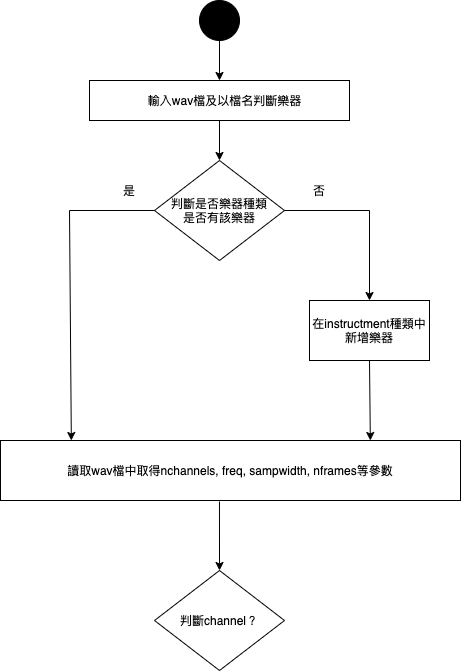
Before: Diagram/Music_processors流程圖.png, a diagram exported from draw.io (RnshJohn/Final-Topic). Source tidied: cells renumbered, new cells last; positions are measured from the earlier drawing's top-left corner, leaving out a move shared by most shapes. Its diagram source:
```xml
<mxGraphModel>
  <root>
    <mxCell id="0" />
    <mxCell id="1" parent="0" />
    <mxCell id="2" style="ellipse;whiteSpace=wrap;html=1;fillColor=#000000;" parent="1" vertex="1">
      <mxGeometry x="199" width="40" height="40" as="geometry" />
    </mxCell>
    <mxCell id="3" style="endArrow=classic;html=1;entryX=0.5;entryY=0;entryDx=0;entryDy=0;entryPerimeter=0;" parent="1" edge="1" target="4">
      <mxGeometry relative="1" as="geometry">
        <mxPoint x="219" y="40" as="sourcePoint" />
      </mxGeometry>
    </mxCell>
    <mxCell id="4" style="rounded=0;whiteSpace=wrap;html=1;" parent="1" vertex="1">
      <mxGeometry x="89" y="80" width="260" height="40" as="geometry" />
    </mxCell>
    <mxCell id="5" value="&lt;font style=&quot;font-size: 12px&quot;&gt;輸入wav檔及以檔名判斷樂器&lt;/font&gt;" style="text;html=1;align=center;verticalAlign=middle;fillColor=none;strokeColor=none;rounded=0;" parent="1" vertex="1">
      <mxGeometry x="139" y="90" width="170" height="20" as="geometry" />
    </mxCell>
    <mxCell id="6" style="endArrow=classic;html=1;exitX=0.5;exitY=1;exitDx=0;exitDy=0;" parent="1" edge="1" source="4">
      <mxGeometry relative="1" as="geometry">
        <mxPoint x="219" y="160" as="targetPoint" />
      </mxGeometry>
    </mxCell>
    <mxCell id="7" value="判斷是否樂器種類&lt;br&gt;是否有該樂器" style="rhombus;whiteSpace=wrap;html=1;" parent="1" vertex="1">
      <mxGeometry x="154" y="160" width="130" height="100" as="geometry" />
    </mxCell>
    <mxCell id="8" style="endArrow=classic;html=1;entryX=0.154;entryY=0;entryDx=0;entryDy=0;entryPerimeter=0;" parent="1" edge="1" target="15">
      <mxGeometry relative="1" as="geometry">
        <mxPoint x="69" y="210" as="sourcePoint" />
      </mxGeometry>
    </mxCell>
    <mxCell id="9" style="endArrow=none;html=1;entryX=0;entryY=0.5;entryDx=0;entryDy=0;" parent="1" edge="1" target="7">
      <mxGeometry relative="1" as="geometry">
        <mxPoint x="69" y="210" as="sourcePoint" />
      </mxGeometry>
    </mxCell>
    <mxCell id="10" style="endArrow=none;html=1;exitX=1;exitY=0.5;exitDx=0;exitDy=0;" parent="1" edge="1" source="7">
      <mxGeometry relative="1" as="geometry">
        <mxPoint x="369" y="210" as="targetPoint" />
      </mxGeometry>
    </mxCell>
    <mxCell id="11" style="endArrow=classic;html=1;" parent="1" edge="1">
      <mxGeometry relative="1" as="geometry">
        <mxPoint x="369" y="210" as="sourcePoint" />
        <mxPoint x="369" y="300" as="targetPoint" />
      </mxGeometry>
    </mxCell>
    <mxCell id="12" value="是" style="text;html=1;strokeColor=none;fillColor=none;align=center;verticalAlign=middle;whiteSpace=wrap;rounded=0;" parent="1" vertex="1">
      <mxGeometry x="109" y="180" width="40" height="20" as="geometry" />
    </mxCell>
    <mxCell id="13" value="否" style="text;html=1;strokeColor=none;fillColor=none;align=center;verticalAlign=middle;whiteSpace=wrap;rounded=0;" parent="1" vertex="1">
      <mxGeometry x="299" y="180" width="40" height="20" as="geometry" />
    </mxCell>
    <mxCell id="14" value="在instructment種類中新增樂器" style="rounded=0;whiteSpace=wrap;html=1;fillColor=#FFFFFF;" parent="1" vertex="1">
      <mxGeometry x="309" y="300" width="120" height="60" as="geometry" />
    </mxCell>
    <mxCell id="15" value="讀取wav檔中取得nchannels, freq, sampwidth, nframes等參數" style="rounded=0;whiteSpace=wrap;html=1;fillColor=#FFFFFF;" parent="1" vertex="1">
      <mxGeometry y="440" width="460" height="60" as="geometry" />
    </mxCell>
    <mxCell id="16" style="endArrow=classic;html=1;exitX=0.5;exitY=1;exitDx=0;exitDy=0;entryX=0.804;entryY=0;entryDx=0;entryDy=0;entryPerimeter=0;" parent="1" edge="1" source="14" target="15">
      <mxGeometry relative="1" as="geometry" />
    </mxCell>
    <mxCell id="17" style="endArrow=classic;html=1;exitX=0.476;exitY=1.017;exitDx=0;exitDy=0;exitPerimeter=0;" parent="1" edge="1" source="15">
      <mxGeometry relative="1" as="geometry">
        <mxPoint x="219" y="570" as="targetPoint" />
      </mxGeometry>
    </mxCell>
    <mxCell id="18" value="判斷channel？" style="rhombus;whiteSpace=wrap;html=1;" parent="1" vertex="1">
      <mxGeometry x="154" y="570" width="130" height="100" as="geometry" />
    </mxCell>
  </root>
</mxGraphModel>
```
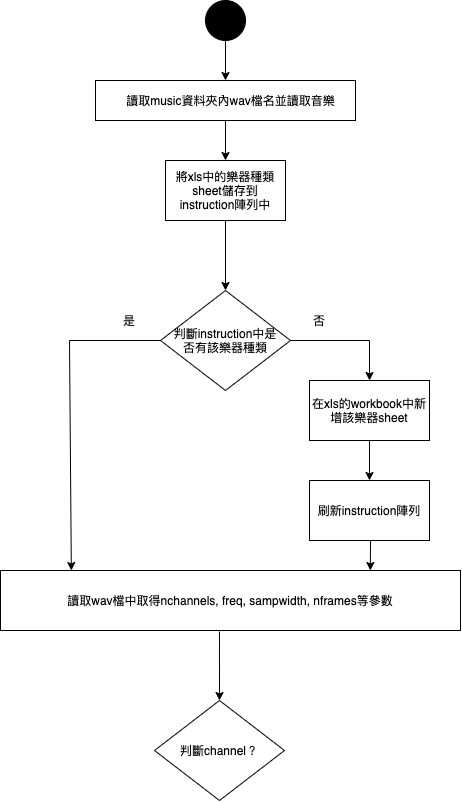
Later version of the same file.

Commit message:
update diagram about Music_processors

Diff of the diagram source:
```diff
@@ -13,60 +13,74 @@
     <mxCell id="4" style="rounded=0;whiteSpace=wrap;html=1;" parent="1" vertex="1">
       <mxGeometry x="89" y="80" width="260" height="40" as="geometry" />
     </mxCell>
-    <mxCell id="5" value="&lt;font style=&quot;font-size: 12px&quot;&gt;輸入wav檔及以檔名判斷樂器&lt;/font&gt;" style="text;html=1;align=center;verticalAlign=middle;fillColor=none;strokeColor=none;rounded=0;" parent="1" vertex="1">
-      <mxGeometry x="139" y="90" width="170" height="20" as="geometry" />
+    <mxCell id="5" value="&lt;font style=&quot;font-size: 12px&quot;&gt;讀取music資料夾內wav檔名並讀取音樂&lt;/font&gt;" style="text;html=1;align=center;verticalAlign=middle;fillColor=none;strokeColor=none;rounded=0;" parent="1" vertex="1">
+      <mxGeometry x="114" y="90" width="220" height="20" as="geometry" />
     </mxCell>
     <mxCell id="6" style="endArrow=classic;html=1;exitX=0.5;exitY=1;exitDx=0;exitDy=0;" parent="1" edge="1" source="4">
       <mxGeometry relative="1" as="geometry">
         <mxPoint x="219" y="160" as="targetPoint" />
       </mxGeometry>
     </mxCell>
-    <mxCell id="7" value="判斷是否樂器種類&lt;br&gt;是否有該樂器" style="rhombus;whiteSpace=wrap;html=1;" parent="1" vertex="1">
-      <mxGeometry x="154" y="160" width="130" height="100" as="geometry" />
+    <mxCell id="7" value="判斷instruction中是&lt;br&gt;否有該樂器種類" style="rhombus;whiteSpace=wrap;html=1;" parent="1" vertex="1">
+      <mxGeometry x="154" y="290" width="130" height="100" as="geometry" />
     </mxCell>
     <mxCell id="8" style="endArrow=classic;html=1;entryX=0.154;entryY=0;entryDx=0;entryDy=0;entryPerimeter=0;" parent="1" edge="1" target="15">
       <mxGeometry relative="1" as="geometry">
-        <mxPoint x="69" y="210" as="sourcePoint" />
+        <mxPoint x="63" y="340" as="sourcePoint" />
       </mxGeometry>
     </mxCell>
     <mxCell id="9" style="endArrow=none;html=1;entryX=0;entryY=0.5;entryDx=0;entryDy=0;" parent="1" edge="1" target="7">
       <mxGeometry relative="1" as="geometry">
-        <mxPoint x="69" y="210" as="sourcePoint" />
+        <mxPoint x="63" y="340" as="sourcePoint" />
       </mxGeometry>
     </mxCell>
     <mxCell id="10" style="endArrow=none;html=1;exitX=1;exitY=0.5;exitDx=0;exitDy=0;" parent="1" edge="1" source="7">
       <mxGeometry relative="1" as="geometry">
-        <mxPoint x="369" y="210" as="targetPoint" />
+        <mxPoint x="363" y="340" as="targetPoint" />
       </mxGeometry>
     </mxCell>
     <mxCell id="11" style="endArrow=classic;html=1;" parent="1" edge="1">
       <mxGeometry relative="1" as="geometry">
-        <mxPoint x="369" y="210" as="sourcePoint" />
-        <mxPoint x="369" y="300" as="targetPoint" />
+        <mxPoint x="363" y="340" as="sourcePoint" />
+        <mxPoint x="363" y="380" as="targetPoint" />
       </mxGeometry>
     </mxCell>
     <mxCell id="12" value="是" style="text;html=1;strokeColor=none;fillColor=none;align=center;verticalAlign=middle;whiteSpace=wrap;rounded=0;" parent="1" vertex="1">
-      <mxGeometry x="109" y="180" width="40" height="20" as="geometry" />
+      <mxGeometry x="103" y="310" width="40" height="20" as="geometry" />
     </mxCell>
     <mxCell id="13" value="否" style="text;html=1;strokeColor=none;fillColor=none;align=center;verticalAlign=middle;whiteSpace=wrap;rounded=0;" parent="1" vertex="1">
-      <mxGeometry x="299" y="180" width="40" height="20" as="geometry" />
+      <mxGeometry x="293" y="310" width="40" height="20" as="geometry" />
     </mxCell>
-    <mxCell id="14" value="在instructment種類中新增樂器" style="rounded=0;whiteSpace=wrap;html=1;fillColor=#FFFFFF;" parent="1" vertex="1">
-      <mxGeometry x="309" y="300" width="120" height="60" as="geometry" />
+    <mxCell id="14" value="在xls的workbook中新增該樂器sheet" style="rounded=0;whiteSpace=wrap;html=1;fillColor=#FFFFFF;" parent="1" vertex="1">
+      <mxGeometry x="303" y="380" width="120" height="60" as="geometry" />
     </mxCell>
     <mxCell id="15" value="讀取wav檔中取得nchannels, freq, sampwidth, nframes等參數" style="rounded=0;whiteSpace=wrap;html=1;fillColor=#FFFFFF;" parent="1" vertex="1">
-      <mxGeometry y="440" width="460" height="60" as="geometry" />
+      <mxGeometry x="-6" y="570" width="460" height="60" as="geometry" />
     </mxCell>
-    <mxCell id="16" style="endArrow=classic;html=1;exitX=0.5;exitY=1;exitDx=0;exitDy=0;entryX=0.804;entryY=0;entryDx=0;entryDy=0;entryPerimeter=0;" parent="1" edge="1" source="14" target="15">
-      <mxGeometry relative="1" as="geometry" />
+    <mxCell id="16" style="endArrow=classic;html=1;entryX=0.804;entryY=0;entryDx=0;entryDy=0;entryPerimeter=0;" parent="1" edge="1" target="15">
+      <mxGeometry relative="1" as="geometry">
+        <mxPoint x="364" y="540" as="sourcePoint" />
+      </mxGeometry>
     </mxCell>
     <mxCell id="17" style="endArrow=classic;html=1;exitX=0.476;exitY=1.017;exitDx=0;exitDy=0;exitPerimeter=0;" parent="1" edge="1" source="15">
       <mxGeometry relative="1" as="geometry">
-        <mxPoint x="219" y="570" as="targetPoint" />
+        <mxPoint x="213" y="700" as="targetPoint" />
       </mxGeometry>
     </mxCell>
     <mxCell id="18" value="判斷channel？" style="rhombus;whiteSpace=wrap;html=1;" parent="1" vertex="1">
-      <mxGeometry x="154" y="570" width="130" height="100" as="geometry" />
+      <mxGeometry x="148" y="700" width="130" height="100" as="geometry" />
     </mxCell>
+    <mxCell id="19" value="將xls中的樂器種類sheet儲存到instruction陣列中" style="rounded=0;whiteSpace=wrap;html=1;" parent="1" vertex="1">
+      <mxGeometry x="159" y="160" width="120" height="60" as="geometry" />
+    </mxCell>
+    <mxCell id="20" value="刷新instruction陣列" style="rounded=0;whiteSpace=wrap;html=1;fillColor=#FFFFFF;" parent="1" vertex="1">
+      <mxGeometry x="303" y="480" width="120" height="60" as="geometry" />
+    </mxCell>
+    <mxCell id="21" style="endArrow=classic;html=1;exitX=0.5;exitY=1;exitDx=0;exitDy=0;entryX=0.5;entryY=0;entryDx=0;entryDy=0;" parent="1" edge="1" source="14" target="20">
+      <mxGeometry relative="1" as="geometry" />
+    </mxCell>
+    <mxCell id="22" style="endArrow=classic;html=1;exitX=0.5;exitY=1;exitDx=0;exitDy=0;" parent="1" edge="1" source="19" target="7">
+      <mxGeometry relative="1" as="geometry" />
+    </mxCell>
   </root>
 </mxGraphModel>
```
